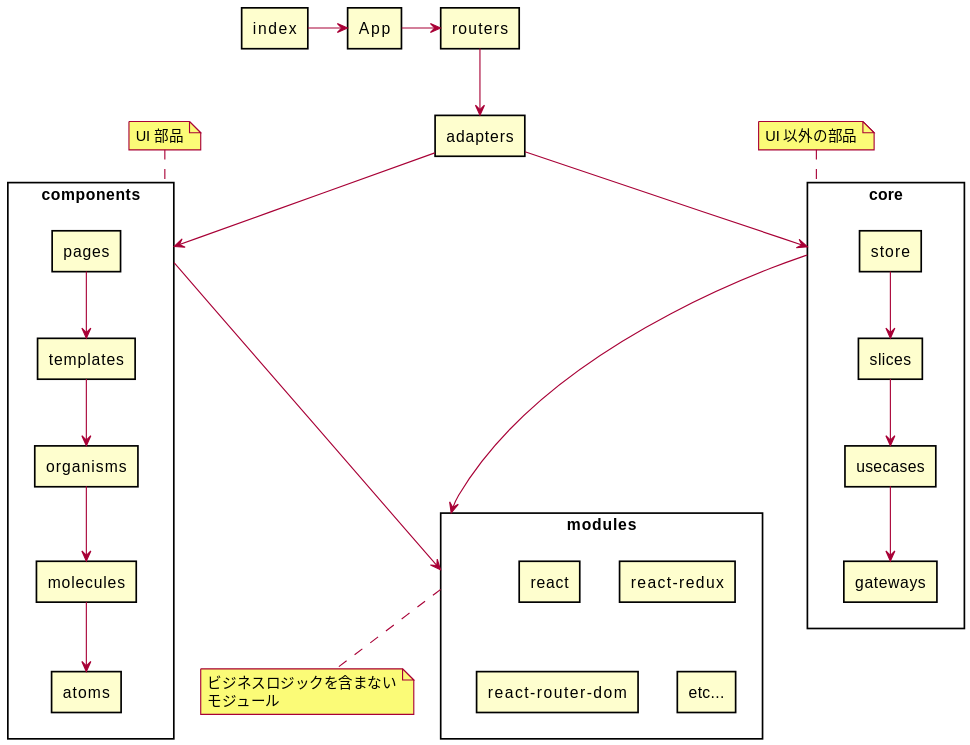
Before: docs/diagrams/out/architecture/dependencies.svg, a diagram exported from PlantUML (yamagame/react-typescript-starter-app).
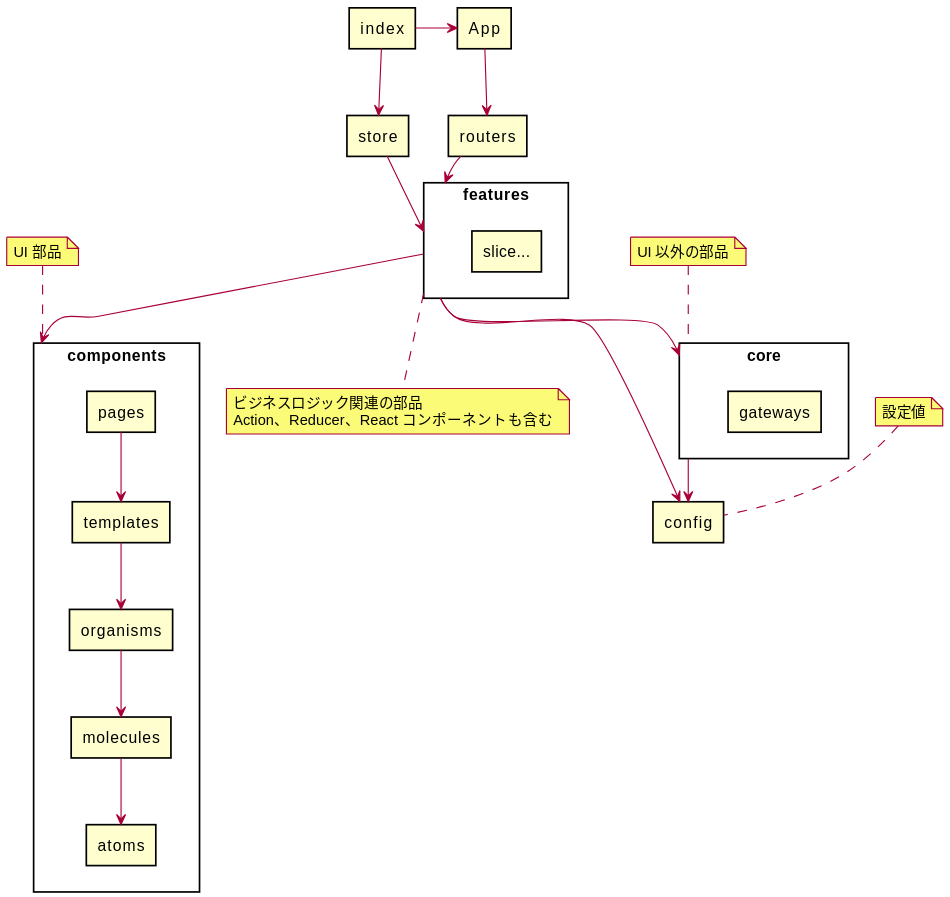
Above is the later version.

Commit message:
SVG画像を更新

What changed in the source:
```diff
@@ -4,10 +4,15 @@
 
 skinparam packageStyle Rectangle
 
+rectangle config
+
+note top of config
+  設定値
+end note
+
 rectangle index
 rectangle App
 rectangle routers
-rectangle adapters
 
 note top of components
   UI 部品
@@ -25,41 +30,36 @@
   rectangle templates
 }
 
+rectangle store
+
+package features {
+  rectangle slice...
+}
+
+note bottom of features
+  ビジネスロジック関連の部品
+  Action、Reducer、React コンポーネントも含む
+end note
+
 package core {
   rectangle gateways
-  rectangle slices
-  rectangle store
-  rectangle usecases
 }
 
 index -> App
-App -> routers
-routers --> adapters
+App --> routers
+routers --> features
 pages --> templates
 organisms --> molecules
 molecules --> atoms
 templates --> organisms
 
-store --> slices
-slices --> usecases
-usecases --> gateways
+store --> features
 
-adapters --> components
-adapters --> core
+features --> components
+features --> core
+index --> store
 
-note bottom of modules
-  ビジネスロジックを含まない
-  モジュール
-end note
-
-package modules {
-  rectangle react
-  rectangle "react-redux"
-  rectangle "react-router-dom"
-  rectangle "etc..."
-}
-
-core ----> modules
-components ----> modules
+features --> config
+core --> config
 
 @enduml
```
